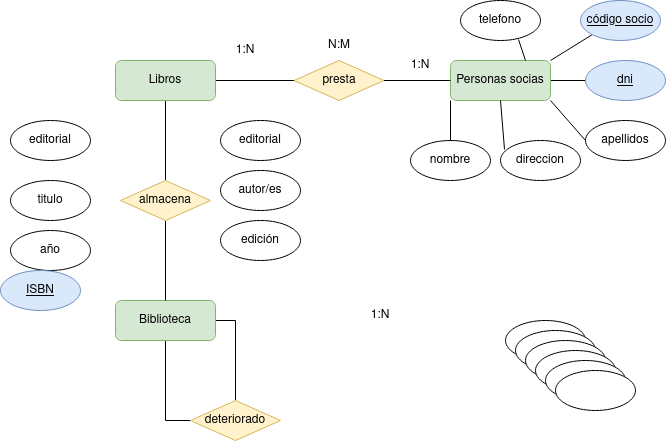
Above: Unidad-1/Tareas/Tarea-6/Ejercicio7.drawio.png in LuisMGlez/base-datos (draw.io), before the change. Source tidied: cells renumbered, new cells last; positions are measured from the earlier drawing's top-left corner, leaving out a move shared by most shapes.
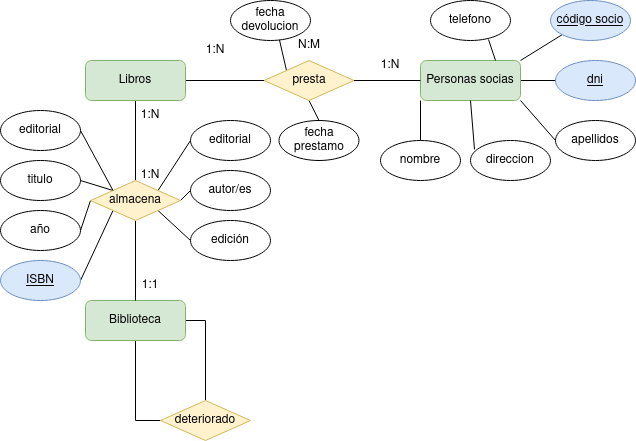
After the change.

Change to the diagram source:
```diff
@@ -38,18 +38,39 @@
     <mxCell id="13" style="rounded=0;jettySize=auto;html=1;exitX=1;exitY=0.5;exitDx=0;exitDy=0;entryX=1;entryY=1;entryDx=0;entryDy=0;endArrow=none;endFill=0;" parent="1" edge="1" source="14" target="39">
       <mxGeometry relative="1" as="geometry" />
     </mxCell>
+    <mxCell id="43" style="rounded=0;jettySize=auto;html=1;exitX=0.5;exitY=1;exitDx=0;exitDy=0;entryX=0.5;entryY=0;entryDx=0;entryDy=0;endArrow=none;endFill=0;" parent="1" edge="1" source="14" target="34">
+      <mxGeometry relative="1" as="geometry" />
+    </mxCell>
+    <mxCell id="44" style="rounded=0;jettySize=auto;html=1;exitX=0;exitY=0;exitDx=0;exitDy=0;entryX=0;entryY=0.25;entryDx=0;entryDy=0;endArrow=none;endFill=0;" parent="1" edge="1" source="14" target="38">
+      <mxGeometry relative="1" as="geometry" />
+    </mxCell>
     <mxCell id="14" value="presta" style="rhombus;whiteSpace=wrap;html=1;fillColor=#fff2cc;strokeColor=#d6b656;" parent="1" vertex="1">
       <mxGeometry x="293.5" y="60" width="90" height="40" as="geometry" />
     </mxCell>
     <mxCell id="15" style="edgeStyle=orthogonalEdgeStyle;rounded=0;jettySize=auto;html=1;exitX=0.5;exitY=1;exitDx=0;exitDy=0;entryX=0.5;entryY=0;entryDx=0;entryDy=0;endArrow=none;endFill=0;" parent="1" edge="1" source="16" target="12">
       <mxGeometry relative="1" as="geometry" />
     </mxCell>
+    <mxCell id="45" style="rounded=0;jettySize=auto;html=1;exitX=0;exitY=1;exitDx=0;exitDy=0;entryX=1;entryY=0.5;entryDx=0;entryDy=0;endArrow=none;endFill=0;" parent="1" edge="1" source="16" target="35">
+      <mxGeometry relative="1" as="geometry" />
+    </mxCell>
+    <mxCell id="46" style="rounded=0;jettySize=auto;html=1;exitX=0;exitY=0.5;exitDx=0;exitDy=0;entryX=1;entryY=0.5;entryDx=0;entryDy=0;endArrow=none;endFill=0;" parent="1" edge="1" source="16" target="27">
+      <mxGeometry relative="1" as="geometry" />
+    </mxCell>
+    <mxCell id="47" style="rounded=0;jettySize=auto;html=1;exitX=0;exitY=0;exitDx=0;exitDy=0;entryX=1;entryY=0.5;entryDx=0;entryDy=0;endArrow=none;endFill=0;" parent="1" edge="1" source="16" target="29">
+      <mxGeometry relative="1" as="geometry" />
+    </mxCell>
+    <mxCell id="48" style="rounded=0;jettySize=auto;html=1;exitX=1;exitY=0;exitDx=0;exitDy=0;entryX=0;entryY=0.5;entryDx=0;entryDy=0;endArrow=none;endFill=0;" parent="1" edge="1" source="16" target="18">
+      <mxGeometry relative="1" as="geometry" />
+    </mxCell>
+    <mxCell id="49" style="rounded=0;jettySize=auto;html=1;exitX=1;exitY=0.5;exitDx=0;exitDy=0;entryX=0;entryY=0.5;entryDx=0;entryDy=0;endArrow=none;endFill=0;" parent="1" edge="1" source="16" target="26">
+      <mxGeometry relative="1" as="geometry" />
+    </mxCell>
+    <mxCell id="50" style="rounded=0;jettySize=auto;html=1;exitX=1;exitY=1;exitDx=0;exitDy=0;entryX=0;entryY=0.5;entryDx=0;entryDy=0;endArrow=none;endFill=0;" parent="1" edge="1" source="16" target="25">
+      <mxGeometry relative="1" as="geometry" />
+    </mxCell>
     <mxCell id="16" value="almacena" style="rhombus;whiteSpace=wrap;html=1;fillColor=#fff2cc;strokeColor=#d6b656;" parent="1" vertex="1">
       <mxGeometry x="120" y="180" width="90" height="40" as="geometry" />
     </mxCell>
-    <mxCell id="17" style="ellipse;whiteSpace=wrap;html=1;" parent="1" vertex="1">
-      <mxGeometry x="505" y="320" width="80" height="40" as="geometry" />
-    </mxCell>
     <mxCell id="18" value="editorial" style="ellipse;whiteSpace=wrap;html=1;" parent="1" vertex="1">
       <mxGeometry x="220" y="120" width="80" height="40" as="geometry" />
     </mxCell>
@@ -78,37 +99,31 @@
       <mxGeometry x="220" y="170" width="80" height="40" as="geometry" />
     </mxCell>
     <mxCell id="27" value="año" style="ellipse;whiteSpace=wrap;html=1;" parent="1" vertex="1">
-      <mxGeometry x="10" y="230" width="80" height="40" as="geometry" />
+      <mxGeometry x="30" y="210" width="80" height="40" as="geometry" />
     </mxCell>
+    <mxCell id="51" style="rounded=0;jettySize=auto;html=1;exitX=1;exitY=0.5;exitDx=0;exitDy=0;entryX=0;entryY=0;entryDx=0;entryDy=0;endArrow=none;endFill=0;" parent="1" edge="1" source="28" target="16">
+      <mxGeometry relative="1" as="geometry" />
+    </mxCell>
     <mxCell id="28" value="editorial" style="ellipse;whiteSpace=wrap;html=1;" parent="1" vertex="1">
-      <mxGeometry x="10" y="120" width="80" height="40" as="geometry" />
+      <mxGeometry x="30" y="110" width="80" height="40" as="geometry" />
     </mxCell>
     <mxCell id="29" value="titulo" style="ellipse;whiteSpace=wrap;html=1;" parent="1" vertex="1">
-      <mxGeometry x="10" y="180" width="80" height="40" as="geometry" />
+      <mxGeometry x="30" y="160" width="80" height="40" as="geometry" />
     </mxCell>
-    <mxCell id="30" style="ellipse;whiteSpace=wrap;html=1;" parent="1" vertex="1">
-      <mxGeometry x="515" y="330" width="80" height="40" as="geometry" />
-    </mxCell>
-    <mxCell id="31" style="ellipse;whiteSpace=wrap;html=1;" parent="1" vertex="1">
-      <mxGeometry x="525" y="340" width="80" height="40" as="geometry" />
-    </mxCell>
-    <mxCell id="32" style="ellipse;whiteSpace=wrap;html=1;" parent="1" vertex="1">
-      <mxGeometry x="535" y="350" width="80" height="40" as="geometry" />
-    </mxCell>
-    <mxCell id="33" style="ellipse;whiteSpace=wrap;html=1;" parent="1" vertex="1">
-      <mxGeometry x="545" y="360" width="80" height="40" as="geometry" />
+    <mxCell id="33" value="fecha devolucion" style="ellipse;whiteSpace=wrap;html=1;" parent="1" vertex="1">
+      <mxGeometry x="260" width="80" height="40" as="geometry" />
     </mxCell>
-    <mxCell id="34" style="ellipse;whiteSpace=wrap;html=1;" parent="1" vertex="1">
-      <mxGeometry x="555" y="370" width="80" height="40" as="geometry" />
+    <mxCell id="34" value="fecha prestamo" style="ellipse;whiteSpace=wrap;html=1;" parent="1" vertex="1">
+      <mxGeometry x="308.5" y="120" width="80" height="40" as="geometry" />
     </mxCell>
     <mxCell id="35" value="&lt;u&gt;ISBN&lt;/u&gt;" style="ellipse;whiteSpace=wrap;html=1;fillColor=#dae8fc;strokeColor=#6c8ebf;" parent="1" vertex="1">
-      <mxGeometry y="270" width="80" height="40" as="geometry" />
+      <mxGeometry x="30" y="260" width="80" height="40" as="geometry" />
     </mxCell>
     <mxCell id="36" value="deteriorado" style="rhombus;whiteSpace=wrap;html=1;fillColor=#fff2cc;strokeColor=#d6b656;" parent="1" vertex="1">
       <mxGeometry x="190" y="400" width="90" height="40" as="geometry" />
     </mxCell>
     <mxCell id="37" value="1:N" style="text;strokeColor=none;align=center;fillColor=none;html=1;verticalAlign=middle;whiteSpace=wrap;rounded=0;" parent="1" vertex="1">
-      <mxGeometry x="350" y="300" width="60" height="30" as="geometry" />
+      <mxGeometry x="150" y="100" width="60" height="30" as="geometry" />
     </mxCell>
     <mxCell id="38" value="N:M" style="text;strokeColor=none;align=center;fillColor=none;html=1;verticalAlign=middle;whiteSpace=wrap;rounded=0;" parent="1" vertex="1">
       <mxGeometry x="308.5" y="30" width="60" height="30" as="geometry" />
@@ -125,5 +140,11 @@
     <mxCell id="42" style="rounded=0;jettySize=auto;html=1;exitX=0.75;exitY=0;exitDx=0;exitDy=0;entryX=0.725;entryY=0.975;entryDx=0;entryDy=0;entryPerimeter=0;endArrow=none;endFill=0;" parent="1" edge="1" source="6" target="21">
       <mxGeometry relative="1" as="geometry" />
     </mxCell>
+    <mxCell id="52" value="1:1" style="text;strokeColor=none;align=center;fillColor=none;html=1;verticalAlign=middle;whiteSpace=wrap;rounded=0;" parent="1" vertex="1">
+      <mxGeometry x="150" y="270" width="60" height="30" as="geometry" />
+    </mxCell>
+    <mxCell id="53" value="1:N" style="text;strokeColor=none;align=center;fillColor=none;html=1;verticalAlign=middle;whiteSpace=wrap;rounded=0;" parent="1" vertex="1">
+      <mxGeometry x="150" y="160" width="60" height="30" as="geometry" />
+    </mxCell>
   </root>
 </mxGraphModel>
```
